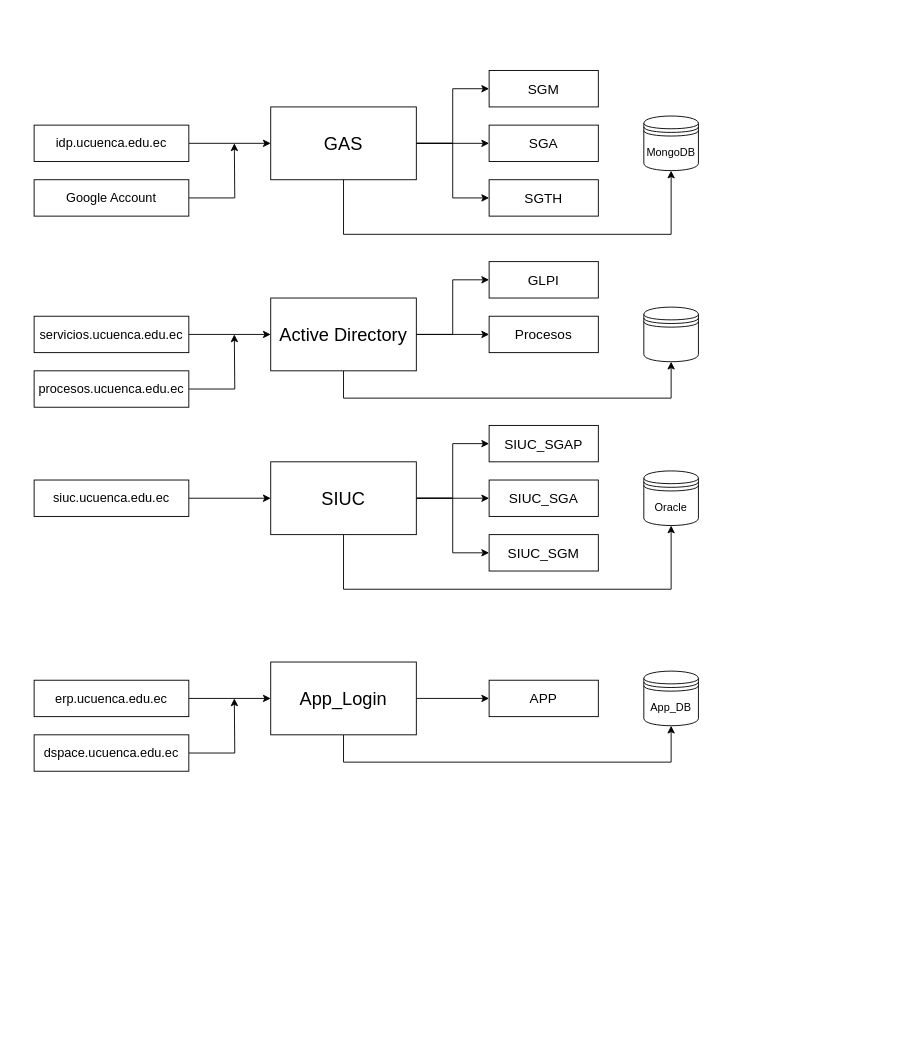
Above: Diagrama sin título.drawio in Xissco/codeWars (draw.io), before the change. Source tidied: cells renumbered, new cells numbered last; positions are measured from the earlier drawing's top-left corner, leaving out a move shared by most shapes. Both pictures are drawn from the tidied source at 91%, with x=0, y=0 at pixel (34, 70).
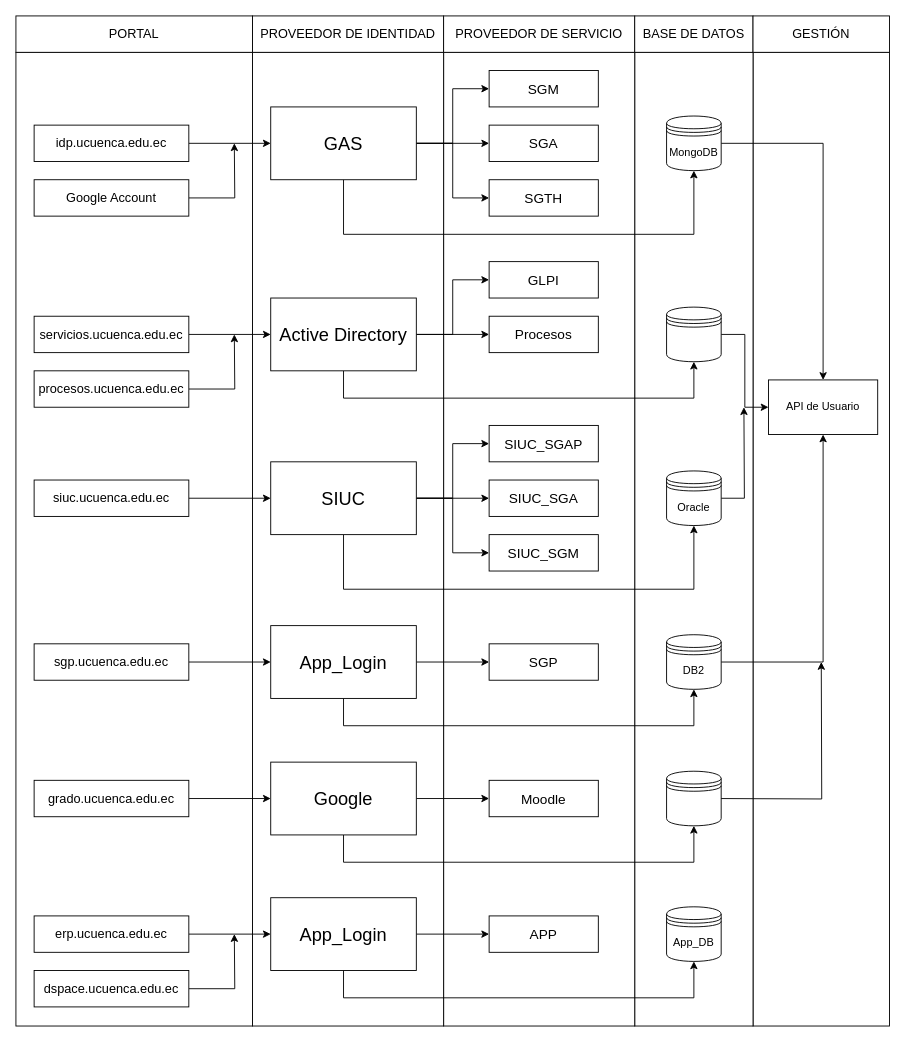
Above is the later version.

The change refers to these unchanged cells:
```xml
<mxCell id="8" value="GAS" style="rounded=0;whiteSpace=wrap;html=1;fontSize=20;" parent="1" vertex="1">
  <mxGeometry x="260" y="40" width="160" height="80" as="geometry" />
</mxCell>
<mxCell id="20" value="Active Directory" style="rounded=0;whiteSpace=wrap;html=1;fontSize=20;" parent="1" vertex="1">
  <mxGeometry x="260" y="250" width="160" height="80" as="geometry" />
</mxCell>
<mxCell id="32" value="SIUC" style="rounded=0;whiteSpace=wrap;html=1;fontSize=20;" parent="1" vertex="1">
  <mxGeometry x="260" y="430" width="160" height="80" as="geometry" />
</mxCell>
```

Change to the diagram source:
```diff
@@
+    <mxCell id="46" style="rounded=0;whiteSpace=wrap;html=1;" parent="1" vertex="1">
+      <mxGeometry x="790" y="-20" width="150" height="1070" as="geometry" />
+    </mxCell>
+    <mxCell id="47" style="rounded=0;whiteSpace=wrap;html=1;" parent="1" vertex="1">
+      <mxGeometry x="660" y="-20" width="130" height="1070" as="geometry" />
+    </mxCell>
+    <mxCell id="48" style="rounded=0;whiteSpace=wrap;html=1;" parent="1" vertex="1">
+      <mxGeometry x="450" y="-20" width="210" height="1070" as="geometry" />
+    </mxCell>
+    <mxCell id="49" style="rounded=0;whiteSpace=wrap;html=1;" parent="1" vertex="1">
+      <mxGeometry x="240" y="-20" width="210" height="1070" as="geometry" />
+    </mxCell>
+    <mxCell id="50" style="rounded=0;whiteSpace=wrap;html=1;" parent="1" vertex="1">
+      <mxGeometry x="-20" y="-20" width="260" height="1070" as="geometry" />
+    </mxCell>
@@
     <mxCell id="7" style="edgeStyle=orthogonalEdgeStyle;rounded=0;jettySize=auto;html=1;exitX=0.5;exitY=1;exitDx=0;exitDy=0;entryX=0.5;entryY=1;entryDx=0;entryDy=0;" parent="1" edge="1" source="8" target="9">
       <mxGeometry relative="1" as="geometry">
         <Array as="points">
           <mxPoint x="340" y="180" />
-          <mxPoint x="700" y="180" />
+          <mxPoint x="725" y="180" />
         </Array>
       </mxGeometry>
     </mxCell>
@@
+    <mxCell id="51" style="edgeStyle=orthogonalEdgeStyle;rounded=0;jettySize=auto;html=1;exitX=1;exitY=0.5;exitDx=0;exitDy=0;entryX=0.5;entryY=0;entryDx=0;entryDy=0;" parent="1" edge="1" source="9" target="63">
+      <mxGeometry relative="1" as="geometry" />
+    </mxCell>
     <mxCell id="9" value="MongoDB" style="shape=datastore;whiteSpace=wrap;html=1;" parent="1" vertex="1">
-      <mxGeometry x="670" y="50" width="60" height="60" as="geometry" />
+      <mxGeometry x="695" y="50" width="60" height="60" as="geometry" />
     </mxCell>
@@
     <mxCell id="19" style="edgeStyle=orthogonalEdgeStyle;rounded=0;jettySize=auto;html=1;exitX=0.5;exitY=1;exitDx=0;exitDy=0;entryX=0.5;entryY=1;entryDx=0;entryDy=0;" parent="1" edge="1" source="20" target="21">
       <mxGeometry relative="1" as="geometry">
         <Array as="points">
           <mxPoint x="340" y="360" />
-          <mxPoint x="700" y="360" />
+          <mxPoint x="725" y="360" />
         </Array>
       </mxGeometry>
     </mxCell>
@@
+    <mxCell id="52" style="edgeStyle=orthogonalEdgeStyle;rounded=0;jettySize=auto;html=1;exitX=1;exitY=0.5;exitDx=0;exitDy=0;entryX=0;entryY=0.5;entryDx=0;entryDy=0;" parent="1" edge="1" source="21" target="63">
+      <mxGeometry relative="1" as="geometry" />
+    </mxCell>
     <mxCell id="21" style="shape=datastore;whiteSpace=wrap;html=1;" parent="1" vertex="1">
-      <mxGeometry x="670" y="260" width="60" height="60" as="geometry" />
+      <mxGeometry x="695" y="260" width="60" height="60" as="geometry" />
     </mxCell>
@@
     <mxCell id="31" style="edgeStyle=orthogonalEdgeStyle;rounded=0;jettySize=auto;html=1;exitX=0.5;exitY=1;exitDx=0;exitDy=0;entryX=0.5;entryY=1;entryDx=0;entryDy=0;" parent="1" edge="1" source="32" target="33">
       <mxGeometry relative="1" as="geometry">
         <Array as="points">
           <mxPoint x="340" y="570" />
-          <mxPoint x="700" y="570" />
+          <mxPoint x="725" y="570" />
         </Array>
       </mxGeometry>
     </mxCell>
@@
+    <mxCell id="53" style="edgeStyle=orthogonalEdgeStyle;rounded=0;jettySize=auto;html=1;exitX=1;exitY=0.5;exitDx=0;exitDy=0;" parent="1" edge="1" source="33">
+      <mxGeometry relative="1" as="geometry">
+        <mxPoint x="780" y="370" as="targetPoint" />
+      </mxGeometry>
+    </mxCell>
     <mxCell id="33" value="Oracle" style="shape=datastore;whiteSpace=wrap;html=1;" parent="1" vertex="1">
-      <mxGeometry x="670" y="440" width="60" height="60" as="geometry" />
+      <mxGeometry x="695" y="440" width="60" height="60" as="geometry" />
     </mxCell>
@@
-    <mxCell id="38" value="erp.ucuenca.edu.ec" style="rounded=0;whiteSpace=wrap;html=1;fontSize=14;" parent="1" vertex="1">
-      <mxGeometry y="670" width="170" height="40" as="geometry" />
+    <mxCell id="38" value="grado.ucuenca.edu.ec" style="rounded=0;whiteSpace=wrap;html=1;fontSize=14;" parent="1" vertex="1">
+      <mxGeometry y="780" width="170" height="40" as="geometry" />
     </mxCell>
@@
     <mxCell id="40" style="edgeStyle=orthogonalEdgeStyle;rounded=0;jettySize=auto;html=1;exitX=0.5;exitY=1;exitDx=0;exitDy=0;entryX=0.5;entryY=1;entryDx=0;entryDy=0;" parent="1" edge="1" source="41" target="42">
       <mxGeometry relative="1" as="geometry">
         <Array as="points">
-          <mxPoint x="340" y="760" />
-          <mxPoint x="700" y="760" />
+          <mxPoint x="340" y="870" />
+          <mxPoint x="725" y="870" />
         </Array>
       </mxGeometry>
     </mxCell>
-    <mxCell id="41" value="App_Login" style="rounded=0;whiteSpace=wrap;html=1;fontSize=20;" parent="1" vertex="1">
-      <mxGeometry x="260" y="650" width="160" height="80" as="geometry" />
+    <mxCell id="41" value="Google" style="rounded=0;whiteSpace=wrap;html=1;fontSize=20;" parent="1" vertex="1">
+      <mxGeometry x="260" y="760" width="160" height="80" as="geometry" />
     </mxCell>
+    <mxCell id="54" style="edgeStyle=orthogonalEdgeStyle;rounded=0;orthogonalLoop=1;jettySize=auto;html=1;exitX=1;exitY=0.5;exitDx=0;exitDy=0;" parent="1" edge="1">
+      <mxGeometry relative="1" as="geometry">
+        <mxPoint x="750" y="800" as="sourcePoint" />
+        <mxPoint x="865" y="650" as="targetPoint" />
+      </mxGeometry>
+    </mxCell>
-    <mxCell id="42" value="App_DB" style="shape=datastore;whiteSpace=wrap;html=1;" parent="1" vertex="1">
-      <mxGeometry x="670" y="660" width="60" height="60" as="geometry" />
+    <mxCell id="42" style="shape=datastore;whiteSpace=wrap;html=1;" parent="1" vertex="1">
+      <mxGeometry x="695" y="770" width="60" height="60" as="geometry" />
     </mxCell>
-    <mxCell id="43" value="APP" style="rounded=0;whiteSpace=wrap;html=1;fontSize=15;" parent="1" vertex="1">
-      <mxGeometry x="500" y="670" width="120" height="40" as="geometry" />
+    <mxCell id="43" value="Moodle" style="rounded=0;whiteSpace=wrap;html=1;fontSize=15;" parent="1" vertex="1">
+      <mxGeometry x="500" y="780" width="120" height="40" as="geometry" />
     </mxCell>
-    <mxCell id="44" style="edgeStyle=orthogonalEdgeStyle;rounded=0;jettySize=auto;html=1;exitX=1;exitY=0.5;exitDx=0;exitDy=0;" parent="1" edge="1" source="45">
-      <mxGeometry relative="1" as="geometry">
-        <mxPoint x="220" y="690" as="targetPoint" />
-      </mxGeometry>
-    </mxCell>
+    <mxCell id="55" style="edgeStyle=orthogonalEdgeStyle;rounded=0;jettySize=auto;html=1;entryX=0;entryY=0.5;entryDx=0;entryDy=0;" parent="1" edge="1" source="56" target="59">
+      <mxGeometry relative="1" as="geometry" />
+    </mxCell>
+    <mxCell id="56" value="sgp.ucuenca.edu.ec" style="rounded=0;whiteSpace=wrap;html=1;fontSize=14;" parent="1" vertex="1">
+      <mxGeometry y="630" width="170" height="40" as="geometry" />
+    </mxCell>
+    <mxCell id="57" style="edgeStyle=orthogonalEdgeStyle;rounded=0;jettySize=auto;html=1;exitX=1;exitY=0.5;exitDx=0;exitDy=0;entryX=0;entryY=0.5;entryDx=0;entryDy=0;" parent="1" edge="1" source="59" target="62">
+      <mxGeometry relative="1" as="geometry" />
+    </mxCell>
+    <mxCell id="58" style="edgeStyle=orthogonalEdgeStyle;rounded=0;jettySize=auto;html=1;exitX=0.5;exitY=1;exitDx=0;exitDy=0;entryX=0.5;entryY=1;entryDx=0;entryDy=0;" parent="1" edge="1" source="59" target="61">
+      <mxGeometry relative="1" as="geometry">
+        <Array as="points">
+          <mxPoint x="340" y="720" />
+          <mxPoint x="725" y="720" />
+        </Array>
+      </mxGeometry>
+    </mxCell>
+    <mxCell id="59" value="App_Login" style="rounded=0;whiteSpace=wrap;html=1;fontSize=20;" parent="1" vertex="1">
+      <mxGeometry x="260" y="610" width="160" height="80" as="geometry" />
+    </mxCell>
+    <mxCell id="60" style="edgeStyle=orthogonalEdgeStyle;rounded=0;jettySize=auto;html=1;exitX=1;exitY=0.5;exitDx=0;exitDy=0;entryX=0.5;entryY=1;entryDx=0;entryDy=0;" parent="1" edge="1" source="61" target="63">
+      <mxGeometry relative="1" as="geometry" />
+    </mxCell>
+    <mxCell id="61" value="DB2" style="shape=datastore;whiteSpace=wrap;html=1;" parent="1" vertex="1">
+      <mxGeometry x="695" y="620" width="60" height="60" as="geometry" />
+    </mxCell>
+    <mxCell id="62" value="SGP" style="rounded=0;whiteSpace=wrap;html=1;fontSize=15;" parent="1" vertex="1">
+      <mxGeometry x="500" y="630" width="120" height="40" as="geometry" />
+    </mxCell>
+    <mxCell id="63" value="API de Usuario" style="rounded=0;whiteSpace=wrap;html=1;" parent="1" vertex="1">
+      <mxGeometry x="807" y="340" width="120" height="60" as="geometry" />
+    </mxCell>
+    <mxCell id="64" value="PORTAL" style="rounded=0;whiteSpace=wrap;html=1;fontSize=14;" parent="1" vertex="1">
+      <mxGeometry x="-20" y="-60" width="260" height="40" as="geometry" />
+    </mxCell>
+    <mxCell id="65" value="PROVEEDOR DE IDENTIDAD" style="rounded=0;whiteSpace=wrap;html=1;fontSize=14;" parent="1" vertex="1">
+      <mxGeometry x="240" y="-60" width="210" height="40" as="geometry" />
+    </mxCell>
+    <mxCell id="66" value="PROVEEDOR DE SERVICIO" style="rounded=0;whiteSpace=wrap;html=1;fontSize=14;" parent="1" vertex="1">
+      <mxGeometry x="450" y="-60" width="210" height="40" as="geometry" />
+    </mxCell>
+    <mxCell id="67" value="BASE DE DATOS" style="rounded=0;whiteSpace=wrap;html=1;fontSize=14;" parent="1" vertex="1">
+      <mxGeometry x="660" y="-60" width="130" height="40" as="geometry" />
+    </mxCell>
+    <mxCell id="68" value="GESTIÓN" style="rounded=0;whiteSpace=wrap;html=1;fontSize=14;" parent="1" vertex="1">
+      <mxGeometry x="790" y="-60" width="150" height="40" as="geometry" />
+    </mxCell>
+    <mxCell id="69" style="edgeStyle=orthogonalEdgeStyle;rounded=0;jettySize=auto;html=1;entryX=0;entryY=0.5;entryDx=0;entryDy=0;" parent="1" edge="1" source="70" target="73">
+      <mxGeometry relative="1" as="geometry" />
+    </mxCell>
+    <mxCell id="70" value="erp.ucuenca.edu.ec" style="rounded=0;whiteSpace=wrap;html=1;fontSize=14;" parent="1" vertex="1">
+      <mxGeometry y="929" width="170" height="40" as="geometry" />
+    </mxCell>
+    <mxCell id="71" style="edgeStyle=orthogonalEdgeStyle;rounded=0;jettySize=auto;html=1;exitX=1;exitY=0.5;exitDx=0;exitDy=0;entryX=0;entryY=0.5;entryDx=0;entryDy=0;" parent="1" edge="1" source="73" target="75">
+      <mxGeometry relative="1" as="geometry" />
+    </mxCell>
+    <mxCell id="72" style="edgeStyle=orthogonalEdgeStyle;rounded=0;jettySize=auto;html=1;exitX=0.5;exitY=1;exitDx=0;exitDy=0;entryX=0.5;entryY=1;entryDx=0;entryDy=0;" parent="1" edge="1" source="73" target="74">
+      <mxGeometry relative="1" as="geometry">
+        <Array as="points">
+          <mxPoint x="340" y="1019" />
+          <mxPoint x="725" y="1019" />
+        </Array>
+      </mxGeometry>
+    </mxCell>
+    <mxCell id="73" value="App_Login" style="rounded=0;whiteSpace=wrap;html=1;fontSize=20;" parent="1" vertex="1">
+      <mxGeometry x="260" y="909" width="160" height="80" as="geometry" />
+    </mxCell>
+    <mxCell id="74" value="App_DB" style="shape=datastore;whiteSpace=wrap;html=1;" parent="1" vertex="1">
+      <mxGeometry x="695" y="919" width="60" height="60" as="geometry" />
+    </mxCell>
+    <mxCell id="75" value="APP" style="rounded=0;whiteSpace=wrap;html=1;fontSize=15;" parent="1" vertex="1">
+      <mxGeometry x="500" y="929" width="120" height="40" as="geometry" />
+    </mxCell>
+    <mxCell id="76" style="edgeStyle=orthogonalEdgeStyle;rounded=0;jettySize=auto;html=1;exitX=1;exitY=0.5;exitDx=0;exitDy=0;" parent="1" edge="1" source="45">
+      <mxGeometry relative="1" as="geometry">
+        <mxPoint x="220" y="949" as="targetPoint" />
+      </mxGeometry>
+    </mxCell>
     <mxCell id="45" value="dspace.ucuenca.edu.ec" style="rounded=0;whiteSpace=wrap;html=1;fontSize=14;" parent="1" vertex="1">
-      <mxGeometry y="730" width="170" height="40" as="geometry" />
+      <mxGeometry y="989" width="170" height="40" as="geometry" />
     </mxCell>
```
